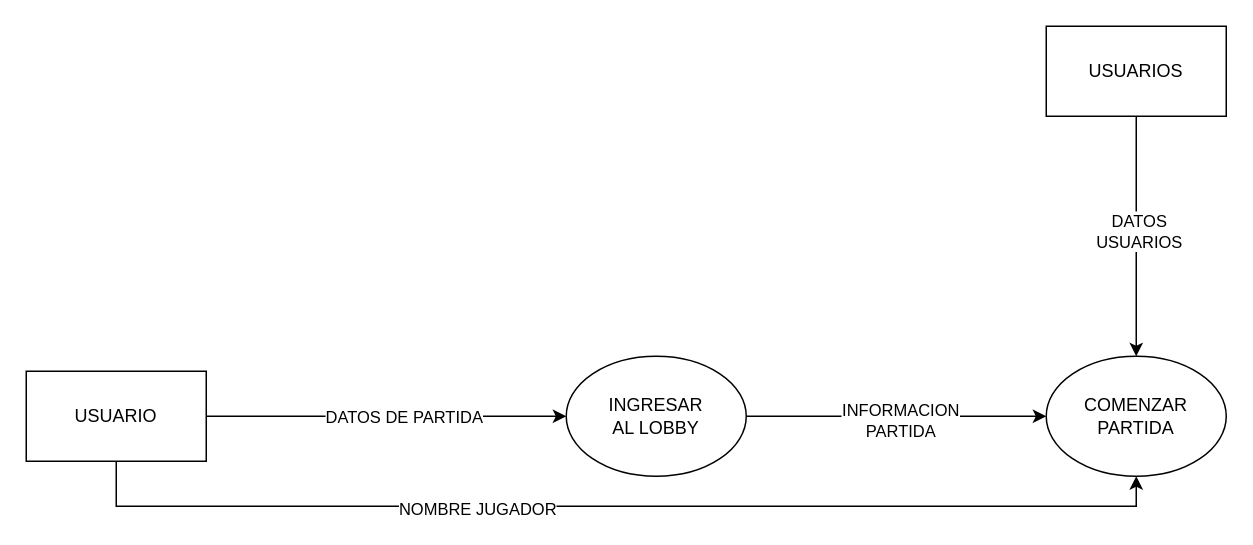
Earlier version of the draw.io diagram take-home/casos_uso/1-crear_partida.drawio (irmrz/ingenieria-software-1). Source tidied: cells renumbered, new cells numbered last; positions are measured from the earlier drawing's top-left corner, leaving out a move shared by most shapes. Both pictures are drawn from the tidied source at 150%, with x=0, y=0 at pixel (26, 26).
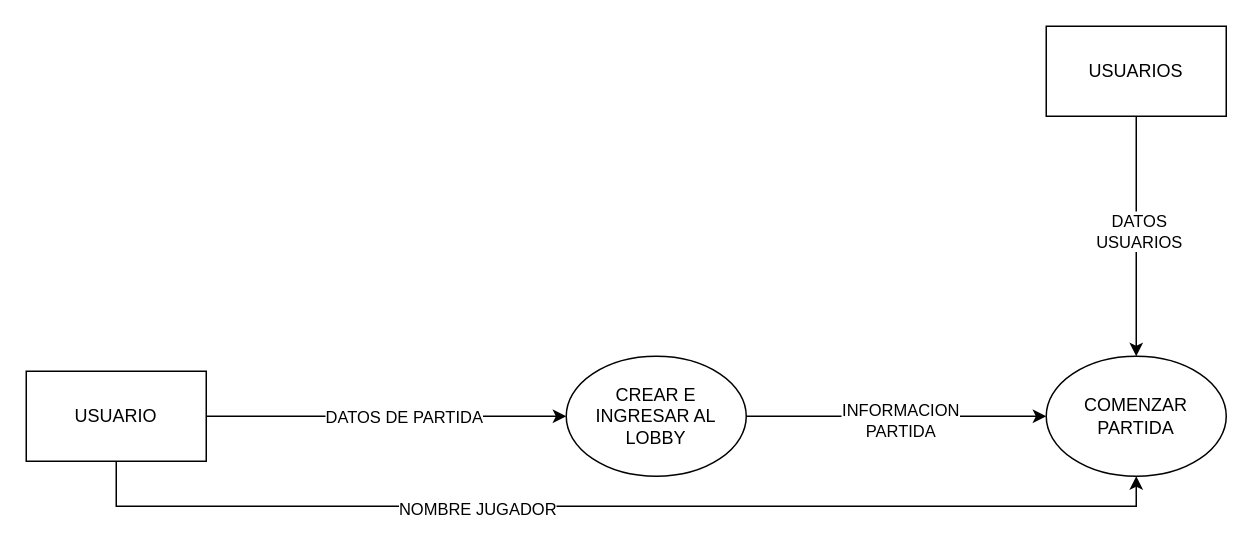
The same diagram, later.

The edit, as a diff of the source:
```diff
@@
 <mxGraphModel>
   <root>
     <mxCell id="0" />
     <mxCell id="1" parent="0" />
     <mxCell id="2" style="edgeStyle=orthogonalEdgeStyle;rounded=0;jettySize=auto;html=1;entryX=0;entryY=0.5;entryDx=0;entryDy=0;" parent="1" edge="1" source="6" target="9">
       <mxGeometry relative="1" as="geometry" />
     </mxCell>
     <mxCell id="3" value="DATOS DE PARTIDA" style="edgeLabel;html=1;align=center;verticalAlign=middle;" parent="2" vertex="1">
       <mxGeometry x="0.09" relative="1" as="geometry" />
     </mxCell>
     <mxCell id="4" style="edgeStyle=orthogonalEdgeStyle;rounded=0;jettySize=auto;html=1;exitX=0.5;exitY=1;exitDx=0;exitDy=0;entryX=0.5;entryY=1;entryDx=0;entryDy=0;" parent="1" edge="1" source="6" target="10">
       <mxGeometry relative="1" as="geometry">
         <Array as="points">
           <mxPoint x="60" y="320" />
           <mxPoint x="740" y="320" />
         </Array>
       </mxGeometry>
     </mxCell>
     <mxCell id="5" value="NOMBRE JUGADOR" style="edgeLabel;html=1;align=center;verticalAlign=middle;" parent="4" vertex="1">
       <mxGeometry x="-0.26" y="-1" relative="1" as="geometry" />
     </mxCell>
     <mxCell id="6" value="USUARIO" style="rounded=0;whiteSpace=wrap;html=1;" parent="1" vertex="1">
       <mxGeometry y="230" width="120" height="60" as="geometry" />
     </mxCell>
     <mxCell id="7" style="edgeStyle=orthogonalEdgeStyle;rounded=0;jettySize=auto;html=1;entryX=0;entryY=0.5;entryDx=0;entryDy=0;" parent="1" edge="1" source="9" target="10">
       <mxGeometry relative="1" as="geometry" />
     </mxCell>
     <mxCell id="8" value="&lt;div&gt;INFORMACION&lt;/div&gt;&lt;div&gt;PARTIDA&lt;br&gt;&lt;/div&gt;" style="edgeLabel;html=1;align=center;verticalAlign=middle;" parent="7" vertex="1">
       <mxGeometry x="0.02" y="-2" relative="1" as="geometry" />
     </mxCell>
-    <mxCell id="9" value="&lt;div&gt;INGRESAR&lt;/div&gt;&lt;div&gt;AL LOBBY&lt;br&gt;&lt;/div&gt;" style="ellipse;whiteSpace=wrap;html=1;" parent="1" vertex="1">
+    <mxCell id="9" value="CREAR E INGRESAR AL LOBBY" style="ellipse;whiteSpace=wrap;html=1;" parent="1" vertex="1">
       <mxGeometry x="360" y="220" width="120" height="80" as="geometry" />
     </mxCell>
     <mxCell id="10" value="&lt;div&gt;COMENZAR &lt;br&gt;&lt;/div&gt;&lt;div&gt;PARTIDA&lt;br&gt;&lt;/div&gt;" style="ellipse;whiteSpace=wrap;html=1;" parent="1" vertex="1">
       <mxGeometry x="680" y="220" width="120" height="80" as="geometry" />
     </mxCell>
     <mxCell id="11" style="edgeStyle=orthogonalEdgeStyle;rounded=0;jettySize=auto;html=1;entryX=0.5;entryY=0;entryDx=0;entryDy=0;" parent="1" edge="1" source="13" target="10">
       <mxGeometry relative="1" as="geometry" />
     </mxCell>
     <mxCell id="12" value="&lt;div&gt;DATOS&lt;/div&gt;&lt;div&gt;USUARIOS&lt;br&gt;&lt;/div&gt;" style="edgeLabel;html=1;align=center;verticalAlign=middle;" parent="11" vertex="1">
       <mxGeometry x="-0.05" y="1" relative="1" as="geometry" />
     </mxCell>
     <mxCell id="13" value="USUARIOS" style="rounded=0;whiteSpace=wrap;html=1;" parent="1" vertex="1">
       <mxGeometry x="680" width="120" height="60" as="geometry" />
     </mxCell>
   </root>
 </mxGraphModel>
```
